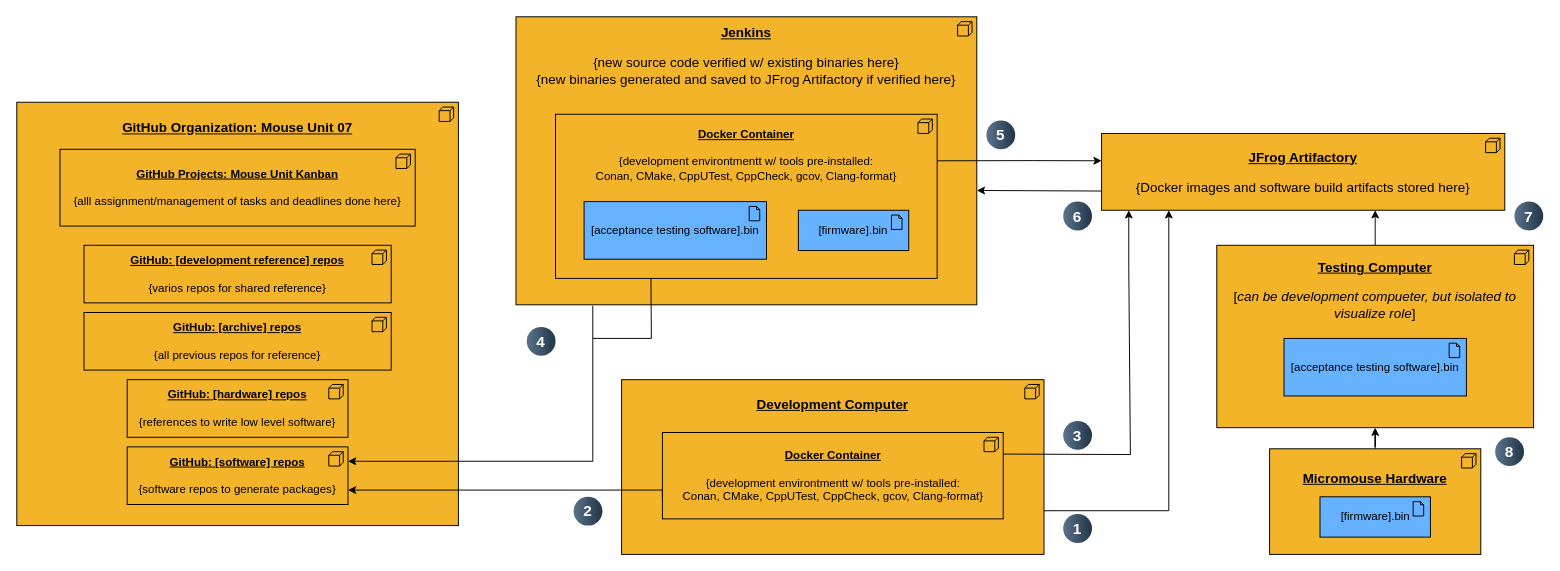
Before: development-tools/development-tools.drawio in Mouse-Unit-07/engineering-sketches, a draw.io diagram. Source tidied: cells renumbered, new cells numbered last; positions are measured from the earlier drawing's top-left corner, leaving out a move shared by most shapes. Both pictures are drawn from the tidied source at 96%, with x=0, y=0 at pixel (16, 16).
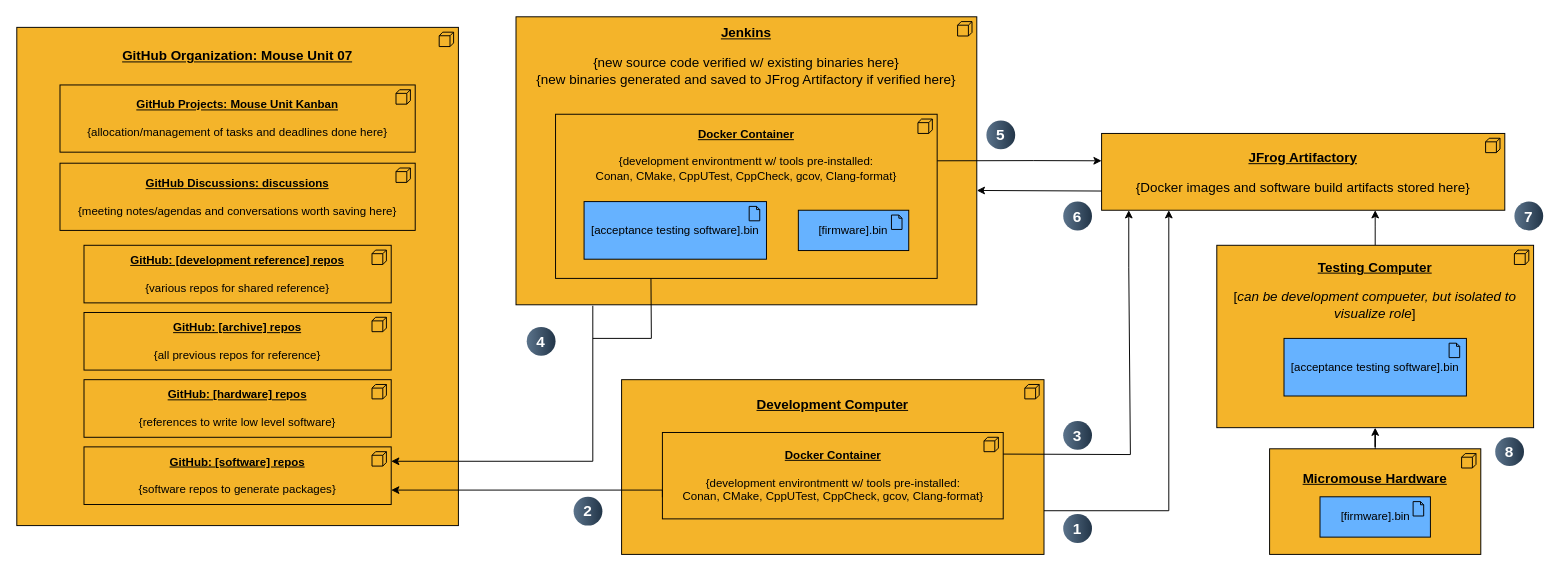
The same page after the edit.

Commit message (it also covers changes not shown here):
docs: update development tools sketch and description markdown

The edit, as a diff of the source:
```diff
@@
-    <mxCell id="2" value="&lt;div style=&quot;&quot;&gt;&lt;b style=&quot;background-color: transparent; color: light-dark(rgb(0, 0, 0), rgb(255, 255, 255));&quot;&gt;&lt;u&gt;&lt;font style=&quot;font-size: 14px;&quot;&gt;GitHub Organization: Mouse Unit 07&lt;/font&gt;&lt;/u&gt;&lt;/b&gt;&lt;/div&gt;&lt;blockquote style=&quot;margin: 0 0 0 40px; border: none; padding: 0px;&quot;&gt;&lt;blockquote style=&quot;margin: 0px 0px 0px 40px; border: none; padding: 0px;&quot;&gt;&lt;b&gt;&lt;u&gt;&lt;br&gt;&lt;/u&gt;&lt;/b&gt;&lt;/blockquote&gt;&lt;blockquote style=&quot;margin: 0 0 0 40px; border: none; padding: 0px;&quot;&gt;&lt;b&gt;&lt;u&gt;&lt;br&gt;&lt;/u&gt;&lt;/b&gt;&lt;/blockquote&gt;&lt;blockquote style=&quot;margin: 0 0 0 40px; border: none; padding: 0px;&quot;&gt;&lt;b&gt;&lt;u&gt;&lt;br&gt;&lt;/u&gt;&lt;/b&gt;&lt;/blockquote&gt;&lt;blockquote style=&quot;margin: 0 0 0 40px; border: none; padding: 0px;&quot;&gt;&lt;b&gt;&lt;u&gt;&lt;br&gt;&lt;/u&gt;&lt;/b&gt;&lt;/blockquote&gt;&lt;blockquote style=&quot;margin: 0 0 0 40px; border: none; padding: 0px;&quot;&gt;&lt;b&gt;&lt;u&gt;&lt;br&gt;&lt;/u&gt;&lt;/b&gt;&lt;/blockquote&gt;&lt;blockquote style=&quot;margin: 0 0 0 40px; border: none; padding: 0px;&quot;&gt;&lt;b&gt;&lt;u&gt;&lt;br&gt;&lt;/u&gt;&lt;/b&gt;&lt;/blockquote&gt;&lt;blockquote style=&quot;margin: 0 0 0 40px; border: none; padding: 0px;&quot;&gt;&lt;b&gt;&lt;u&gt;&lt;br&gt;&lt;/u&gt;&lt;/b&gt;&lt;/blockquote&gt;&lt;blockquote style=&quot;margin: 0 0 0 40px; border: none; padding: 0px;&quot;&gt;&lt;b&gt;&lt;u&gt;&lt;br&gt;&lt;/u&gt;&lt;/b&gt;&lt;/blockquote&gt;&lt;blockquote style=&quot;margin: 0 0 0 40px; border: none; padding: 0px;&quot;&gt;&lt;b&gt;&lt;u&gt;&lt;br&gt;&lt;/u&gt;&lt;/b&gt;&lt;/blockquote&gt;&lt;blockquote style=&quot;margin: 0 0 0 40px; border: none; padding: 0px;&quot;&gt;&lt;b&gt;&lt;u&gt;&lt;br&gt;&lt;/u&gt;&lt;/b&gt;&lt;/blockquote&gt;&lt;blockquote style=&quot;margin: 0 0 0 40px; border: none; padding: 0px;&quot;&gt;&lt;b&gt;&lt;u&gt;&lt;br&gt;&lt;/u&gt;&lt;/b&gt;&lt;/blockquote&gt;&lt;blockquote style=&quot;margin: 0 0 0 40px; border: none; padding: 0px;&quot;&gt;&lt;b&gt;&lt;u&gt;&lt;br&gt;&lt;/u&gt;&lt;/b&gt;&lt;/blockquote&gt;&lt;blockquote style=&quot;margin: 0 0 0 40px; border: none; padding: 0px;&quot;&gt;&lt;b&gt;&lt;u&gt;&lt;br&gt;&lt;/u&gt;&lt;/b&gt;&lt;/blockquote&gt;&lt;blockquote style=&quot;margin: 0 0 0 40px; border: none; padding: 0px;&quot;&gt;&lt;b&gt;&lt;u&gt;&lt;br&gt;&lt;/u&gt;&lt;/b&gt;&lt;/blockquote&gt;&lt;blockquote style=&quot;margin: 0 0 0 40px; border: none; padding: 0px;&quot;&gt;&lt;b&gt;&lt;u&gt;&lt;br&gt;&lt;/u&gt;&lt;/b&gt;&lt;/blockquote&gt;&lt;blockquote style=&quot;margin: 0 0 0 40px; border: none; padding: 0px;&quot;&gt;&lt;b&gt;&lt;u&gt;&lt;br&gt;&lt;/u&gt;&lt;/b&gt;&lt;/blockquote&gt;&lt;blockquote style=&quot;margin: 0 0 0 40px; border: none; padding: 0px;&quot;&gt;&lt;b&gt;&lt;u&gt;&lt;br&gt;&lt;/u&gt;&lt;/b&gt;&lt;/blockquote&gt;&lt;blockquote style=&quot;margin: 0 0 0 40px; border: none; padding: 0px;&quot;&gt;&lt;b&gt;&lt;u&gt;&lt;br&gt;&lt;/u&gt;&lt;/b&gt;&lt;/blockquote&gt;&lt;blockquote style=&quot;margin: 0 0 0 40px; border: none; padding: 0px;&quot;&gt;&lt;b&gt;&lt;u&gt;&lt;br&gt;&lt;/u&gt;&lt;/b&gt;&lt;/blockquote&gt;&lt;blockquote style=&quot;margin: 0 0 0 40px; border: none; padding: 0px;&quot;&gt;&lt;b&gt;&lt;u&gt;&lt;br&gt;&lt;/u&gt;&lt;/b&gt;&lt;/blockquote&gt;&lt;blockquote style=&quot;margin: 0 0 0 40px; border: none; padding: 0px;&quot;&gt;&lt;b&gt;&lt;u&gt;&lt;br&gt;&lt;/u&gt;&lt;/b&gt;&lt;/blockquote&gt;&lt;blockquote style=&quot;margin: 0 0 0 40px; border: none; padding: 0px;&quot;&gt;&lt;b&gt;&lt;u&gt;&lt;br&gt;&lt;/u&gt;&lt;/b&gt;&lt;/blockquote&gt;&lt;blockquote style=&quot;margin: 0 0 0 40px; border: none; padding: 0px;&quot;&gt;&lt;b&gt;&lt;u&gt;&lt;br&gt;&lt;/u&gt;&lt;/b&gt;&lt;/blockquote&gt;&lt;blockquote style=&quot;margin: 0 0 0 40px; border: none; padding: 0px;&quot;&gt;&lt;b&gt;&lt;u&gt;&lt;br&gt;&lt;/u&gt;&lt;/b&gt;&lt;/blockquote&gt;&lt;blockquote style=&quot;margin: 0 0 0 40px; border: none; padding: 0px;&quot;&gt;&lt;b&gt;&lt;u&gt;&lt;br&gt;&lt;/u&gt;&lt;/b&gt;&lt;/blockquote&gt;&lt;blockquote style=&quot;margin: 0 0 0 40px; border: none; padding: 0px;&quot;&gt;&lt;b&gt;&lt;u&gt;&lt;br&gt;&lt;/u&gt;&lt;/b&gt;&lt;/blockquote&gt;&lt;blockquote style=&quot;margin: 0 0 0 40px; border: none; padding: 0px;&quot;&gt;&lt;br&gt;&lt;/blockquote&gt;&lt;/blockquote&gt;" style="html=1;whiteSpace=wrap;fillColor=light-dark(#f4b42a, #004400);shape=mxgraph.archimate.application;appType=node;align=center;" parent="1" vertex="1">
-      <mxGeometry y="89" width="460" height="441" as="geometry" />
+    <mxCell id="2" value="&lt;div style=&quot;&quot;&gt;&lt;b style=&quot;background-color: transparent; color: light-dark(rgb(0, 0, 0), rgb(255, 255, 255));&quot;&gt;&lt;u&gt;&lt;font style=&quot;font-size: 14px;&quot;&gt;GitHub Organization: Mouse Unit 07&lt;/font&gt;&lt;/u&gt;&lt;/b&gt;&lt;/div&gt;&lt;blockquote style=&quot;margin: 0 0 0 40px; border: none; padding: 0px;&quot;&gt;&lt;blockquote style=&quot;margin: 0px 0px 0px 40px; border: none; padding: 0px;&quot;&gt;&lt;b&gt;&lt;u&gt;&lt;br&gt;&lt;/u&gt;&lt;/b&gt;&lt;/blockquote&gt;&lt;blockquote style=&quot;margin: 0 0 0 40px; border: none; padding: 0px;&quot;&gt;&lt;b&gt;&lt;u&gt;&lt;br&gt;&lt;/u&gt;&lt;/b&gt;&lt;/blockquote&gt;&lt;blockquote style=&quot;margin: 0 0 0 40px; border: none; padding: 0px;&quot;&gt;&lt;b&gt;&lt;u&gt;&lt;br&gt;&lt;/u&gt;&lt;/b&gt;&lt;/blockquote&gt;&lt;blockquote style=&quot;margin: 0 0 0 40px; border: none; padding: 0px;&quot;&gt;&lt;b&gt;&lt;u&gt;&lt;br&gt;&lt;/u&gt;&lt;/b&gt;&lt;/blockquote&gt;&lt;blockquote style=&quot;margin: 0 0 0 40px; border: none; padding: 0px;&quot;&gt;&lt;b&gt;&lt;u&gt;&lt;br&gt;&lt;/u&gt;&lt;/b&gt;&lt;/blockquote&gt;&lt;blockquote style=&quot;margin: 0 0 0 40px; border: none; padding: 0px;&quot;&gt;&lt;b&gt;&lt;u&gt;&lt;br&gt;&lt;/u&gt;&lt;/b&gt;&lt;/blockquote&gt;&lt;blockquote style=&quot;margin: 0 0 0 40px; border: none; padding: 0px;&quot;&gt;&lt;b&gt;&lt;u&gt;&lt;br&gt;&lt;/u&gt;&lt;/b&gt;&lt;/blockquote&gt;&lt;blockquote style=&quot;margin: 0 0 0 40px; border: none; padding: 0px;&quot;&gt;&lt;br&gt;&lt;/blockquote&gt;&lt;blockquote style=&quot;margin: 0 0 0 40px; border: none; padding: 0px;&quot;&gt;&lt;b&gt;&lt;u&gt;&lt;br&gt;&lt;/u&gt;&lt;/b&gt;&lt;/blockquote&gt;&lt;blockquote style=&quot;margin: 0 0 0 40px; border: none; padding: 0px;&quot;&gt;&lt;b&gt;&lt;u&gt;&lt;br&gt;&lt;/u&gt;&lt;/b&gt;&lt;/blockquote&gt;&lt;blockquote style=&quot;margin: 0 0 0 40px; border: none; padding: 0px;&quot;&gt;&lt;b&gt;&lt;u&gt;&lt;br&gt;&lt;/u&gt;&lt;/b&gt;&lt;/blockquote&gt;&lt;blockquote style=&quot;margin: 0 0 0 40px; border: none; padding: 0px;&quot;&gt;&lt;b&gt;&lt;u&gt;&lt;br&gt;&lt;/u&gt;&lt;/b&gt;&lt;/blockquote&gt;&lt;blockquote style=&quot;margin: 0 0 0 40px; border: none; padding: 0px;&quot;&gt;&lt;b&gt;&lt;u&gt;&lt;br&gt;&lt;/u&gt;&lt;/b&gt;&lt;/blockquote&gt;&lt;blockquote style=&quot;margin: 0 0 0 40px; border: none; padding: 0px;&quot;&gt;&lt;b&gt;&lt;u&gt;&lt;br&gt;&lt;/u&gt;&lt;/b&gt;&lt;/blockquote&gt;&lt;blockquote style=&quot;margin: 0 0 0 40px; border: none; padding: 0px;&quot;&gt;&lt;b&gt;&lt;u&gt;&lt;br&gt;&lt;/u&gt;&lt;/b&gt;&lt;/blockquote&gt;&lt;blockquote style=&quot;margin: 0 0 0 40px; border: none; padding: 0px;&quot;&gt;&lt;b&gt;&lt;u&gt;&lt;br&gt;&lt;/u&gt;&lt;/b&gt;&lt;/blockquote&gt;&lt;blockquote style=&quot;margin: 0 0 0 40px; border: none; padding: 0px;&quot;&gt;&lt;b&gt;&lt;u&gt;&lt;br&gt;&lt;/u&gt;&lt;/b&gt;&lt;/blockquote&gt;&lt;blockquote style=&quot;margin: 0 0 0 40px; border: none; padding: 0px;&quot;&gt;&lt;b&gt;&lt;u&gt;&lt;br&gt;&lt;/u&gt;&lt;/b&gt;&lt;/blockquote&gt;&lt;blockquote style=&quot;margin: 0 0 0 40px; border: none; padding: 0px;&quot;&gt;&lt;b&gt;&lt;u&gt;&lt;br&gt;&lt;/u&gt;&lt;/b&gt;&lt;/blockquote&gt;&lt;blockquote style=&quot;margin: 0 0 0 40px; border: none; padding: 0px;&quot;&gt;&lt;b&gt;&lt;u&gt;&lt;br&gt;&lt;/u&gt;&lt;/b&gt;&lt;/blockquote&gt;&lt;blockquote style=&quot;margin: 0 0 0 40px; border: none; padding: 0px;&quot;&gt;&lt;b&gt;&lt;u&gt;&lt;br&gt;&lt;/u&gt;&lt;/b&gt;&lt;/blockquote&gt;&lt;blockquote style=&quot;margin: 0 0 0 40px; border: none; padding: 0px;&quot;&gt;&lt;b&gt;&lt;u&gt;&lt;br&gt;&lt;/u&gt;&lt;/b&gt;&lt;/blockquote&gt;&lt;blockquote style=&quot;margin: 0 0 0 40px; border: none; padding: 0px;&quot;&gt;&lt;b&gt;&lt;u&gt;&lt;br&gt;&lt;/u&gt;&lt;/b&gt;&lt;/blockquote&gt;&lt;blockquote style=&quot;margin: 0 0 0 40px; border: none; padding: 0px;&quot;&gt;&lt;b&gt;&lt;u&gt;&lt;br&gt;&lt;/u&gt;&lt;/b&gt;&lt;/blockquote&gt;&lt;blockquote style=&quot;margin: 0 0 0 40px; border: none; padding: 0px;&quot;&gt;&lt;b&gt;&lt;u&gt;&lt;br&gt;&lt;/u&gt;&lt;/b&gt;&lt;/blockquote&gt;&lt;blockquote style=&quot;margin: 0 0 0 40px; border: none; padding: 0px;&quot;&gt;&lt;b&gt;&lt;u&gt;&lt;br&gt;&lt;/u&gt;&lt;/b&gt;&lt;/blockquote&gt;&lt;blockquote style=&quot;margin: 0 0 0 40px; border: none; padding: 0px;&quot;&gt;&lt;b&gt;&lt;u&gt;&lt;br&gt;&lt;/u&gt;&lt;/b&gt;&lt;/blockquote&gt;&lt;blockquote style=&quot;margin: 0 0 0 40px; border: none; padding: 0px;&quot;&gt;&lt;b&gt;&lt;u&gt;&lt;br&gt;&lt;/u&gt;&lt;/b&gt;&lt;/blockquote&gt;&lt;blockquote style=&quot;margin: 0 0 0 40px; border: none; padding: 0px;&quot;&gt;&lt;b&gt;&lt;u&gt;&lt;br&gt;&lt;/u&gt;&lt;/b&gt;&lt;/blockquote&gt;&lt;blockquote style=&quot;margin: 0 0 0 40px; border: none; padding: 0px;&quot;&gt;&lt;b&gt;&lt;u&gt;&lt;br&gt;&lt;/u&gt;&lt;/b&gt;&lt;/blockquote&gt;&lt;blockquote style=&quot;margin: 0 0 0 40px; border: none; padding: 0px;&quot;&gt;&lt;b&gt;&lt;u&gt;&lt;br&gt;&lt;/u&gt;&lt;/b&gt;&lt;/blockquote&gt;&lt;blockquote style=&quot;margin: 0 0 0 40px; border: none; padding: 0px;&quot;&gt;&lt;br&gt;&lt;/blockquote&gt;&lt;/blockquote&gt;" style="html=1;whiteSpace=wrap;fillColor=light-dark(#f4b42a, #004400);shape=mxgraph.archimate.application;appType=node;align=center;" parent="1" vertex="1">
+      <mxGeometry y="11" width="460" height="519" as="geometry" />
     </mxCell>
-    <mxCell id="3" value="&lt;b&gt;&lt;u&gt;GitHub Projects: Mouse Unit Kanban&lt;/u&gt;&lt;/b&gt;&lt;b&gt;&lt;u&gt;&lt;br&gt;&lt;/u&gt;&lt;/b&gt;&lt;span style=&quot;background-color: transparent; color: light-dark(rgb(0, 0, 0), rgb(255, 255, 255));&quot;&gt;&lt;br&gt;{alll assignment/management of tasks and deadlines done here}&lt;/span&gt;" style="html=1;whiteSpace=wrap;fillColor=light-dark(#f4b42a, #004400);shape=mxgraph.archimate.application;appType=node;align=center;" parent="1" vertex="1">
-      <mxGeometry x="45" y="138" width="370" height="80" as="geometry" />
+    <mxCell id="3" value="&lt;b&gt;&lt;u&gt;GitHub Projects: Mouse Unit Kanban&lt;/u&gt;&lt;/b&gt;&lt;b&gt;&lt;u&gt;&lt;br&gt;&lt;/u&gt;&lt;/b&gt;&lt;span style=&quot;background-color: transparent; color: light-dark(rgb(0, 0, 0), rgb(255, 255, 255));&quot;&gt;&lt;br&gt;{allocation/management of tasks and deadlines done here}&lt;/span&gt;" style="html=1;whiteSpace=wrap;fillColor=light-dark(#f4b42a, #004400);shape=mxgraph.archimate.application;appType=node;align=center;" parent="1" vertex="1">
+      <mxGeometry x="45" y="71" width="370" height="70" as="geometry" />
     </mxCell>
     <mxCell id="4" value="&lt;b&gt;&lt;u&gt;GitHub: [software] repos&lt;br&gt;&lt;/u&gt;&lt;/b&gt;&lt;br&gt;&lt;span style=&quot;background-color: transparent; color: light-dark(rgb(0, 0, 0), rgb(255, 255, 255));&quot;&gt;{software repos to generate packages}&lt;/span&gt;" style="html=1;outlineConnect=0;whiteSpace=wrap;fillColor=light-dark(#f4b42a, #004400);shape=mxgraph.archimate.application;appType=node;align=center;" parent="1" vertex="1">
-      <mxGeometry x="115" y="448" width="230" height="60" as="geometry" />
+      <mxGeometry x="70" y="448" width="320" height="60" as="geometry" />
     </mxCell>
-    <mxCell id="5" value="&lt;b&gt;&lt;u&gt;GitHub: [development reference] repos&lt;/u&gt;&lt;/b&gt;&lt;div&gt;&lt;br&gt;&lt;span style=&quot;background-color: transparent; color: light-dark(rgb(0, 0, 0), rgb(255, 255, 255));&quot;&gt;{varios repos for shared reference}&lt;/span&gt;&lt;/div&gt;" style="html=1;whiteSpace=wrap;fillColor=light-dark(#f4b42a, #004400);shape=mxgraph.archimate.application;appType=node;align=center;" parent="1" vertex="1">
+    <mxCell id="5" value="&lt;b&gt;&lt;u&gt;GitHub: [development reference] repos&lt;/u&gt;&lt;/b&gt;&lt;div&gt;&lt;br&gt;&lt;span style=&quot;background-color: transparent; color: light-dark(rgb(0, 0, 0), rgb(255, 255, 255));&quot;&gt;{various repos for shared reference}&lt;/span&gt;&lt;/div&gt;" style="html=1;whiteSpace=wrap;fillColor=light-dark(#f4b42a, #004400);shape=mxgraph.archimate.application;appType=node;align=center;" parent="1" vertex="1">
       <mxGeometry x="70" y="238" width="320" height="60" as="geometry" />
     </mxCell>
     <mxCell id="6" value="&lt;b&gt;&lt;u&gt;GitHub: [hardware] repos&lt;br&gt;&lt;/u&gt;&lt;/b&gt;&lt;br&gt;&lt;span style=&quot;background-color: transparent; color: light-dark(rgb(0, 0, 0), rgb(255, 255, 255));&quot;&gt;{references to write low level software}&lt;/span&gt;" style="html=1;whiteSpace=wrap;fillColor=light-dark(#f4b42a, #004400);shape=mxgraph.archimate.application;appType=node;align=center;" parent="1" vertex="1">
-      <mxGeometry x="115" y="378" width="230" height="60" as="geometry" />
+      <mxGeometry x="70" y="378" width="320" height="60" as="geometry" />
     </mxCell>
@@
+    <mxCell id="36" value="&lt;b&gt;&lt;u&gt;GitHub Discussions: discussions&lt;/u&gt;&lt;/b&gt;&lt;b&gt;&lt;u&gt;&lt;br&gt;&lt;/u&gt;&lt;/b&gt;&lt;span style=&quot;background-color: transparent; color: light-dark(rgb(0, 0, 0), rgb(255, 255, 255));&quot;&gt;&lt;br&gt;{meeting notes/agendas and conversations worth saving here}&lt;/span&gt;" style="html=1;whiteSpace=wrap;fillColor=light-dark(#f4b42a, #004400);shape=mxgraph.archimate.application;appType=node;align=center;" parent="1" vertex="1">
+      <mxGeometry x="45" y="152.5" width="370" height="70" as="geometry" />
+    </mxCell>
```
